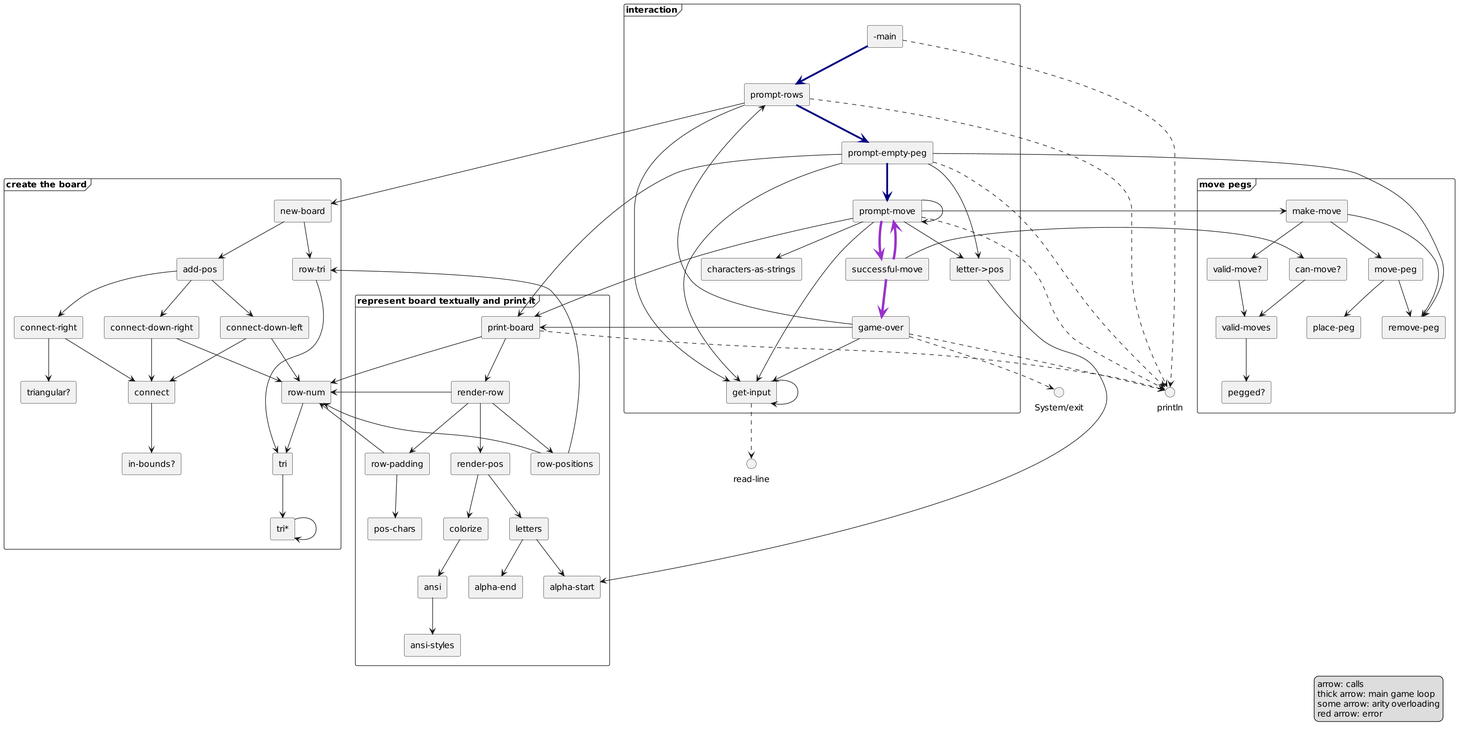
Before: images/2023/clj-12/clj-diagram.png, a diagram exported from PlantUML (j19sch/j19sch.github.io).
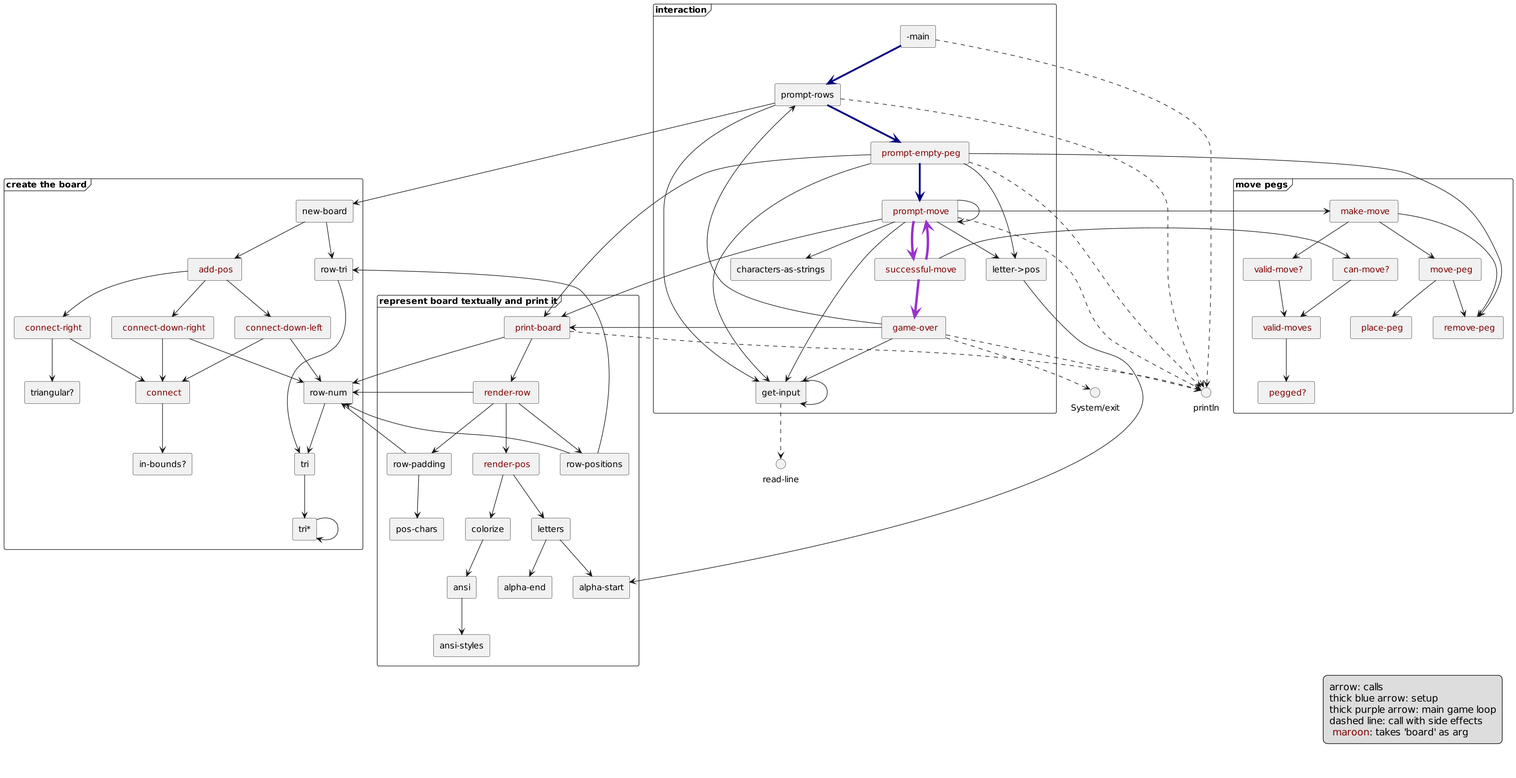
Above is the later version.

What changed in the source:
```diff
@@ -1,4 +1,13 @@
 @startuml
+
+<style>
+legend {
+	FontSize 16
+	Margin 10 10 50 10
+	Padding 10
+}
+</style>
+
 
 skinparam dpi 150
 
@@ -8,11 +17,13 @@
 
 
 
-legend right
+
+legend bottom right
 	arrow: calls
-	thick arrow: main game loop
-	some arrow: arity overloading
-	red arrow: error
+	thick blue arrow: setup
+	thick purple arrow: main game loop
+	dashed line: call with side effects
+	<color:maroon> maroon<color:black>: takes 'board' as arg
 end legend
 
 
@@ -28,23 +39,23 @@
 	[row-tri]
 	[row-num]
 	[in-bounds?]
-	[connect]
-	[connect-right]
-	[connect-down-left]
-	[connect-down-right]
-	[add-pos]
+	[ <color:maroon> connect ]
+	[ <color:maroon> connect-right ]
+	[ <color:maroon> connect-down-left ]
+	[ <color:maroon> connect-down-right ]
+	[ <color:maroon> add-pos ]
 	[new-board]
 }
 
 frame "move pegs" {
-	[pegged?]
-	[valid-moves]
-	[valid-move?]
-	[remove-peg]
-	[place-peg]
-	[move-peg]
-	[make-move]
-	[can-move?]
+	[ <color:maroon> pegged? ]
+	[ <color:maroon> valid-moves ]
+	[ <color:maroon> valid-move? ]
+	[ <color:maroon> remove-peg ]
+	[ <color:maroon> place-peg ]
+	[ <color:maroon> move-peg ]
+	[ <color:maroon> make-move ]
+	[ <color:maroon> can-move? ]
 }
 
 frame "represent board textually and print it" {
@@ -56,11 +67,11 @@
 
 	[ansi]
 	[colorize]
-	[render-pos]
+	[ <color:maroon> render-pos ]
 	[row-positions]
 	[row-padding]
-	[render-row]
-	[print-board]
+	[ <color:maroon> render-row ]
+	[ <color:maroon> print-board ]
 }
 
 
@@ -68,88 +79,89 @@
 	[letter->pos]
 	[get-input]
 	[characters-as-strings]
-	[prompt-move]
-	[successful-move]
-	[game-over]
-	[prompt-empty-peg]
+	[ <color:maroon> prompt-move ]
+	[ <color:maroon> successful-move ]
+	[ <color:maroon> game-over ]
+	[ <color:maroon> prompt-empty-peg ]
 	[prompt-rows]
 	[-main]
 }
+
 
 
 [tri*] --> [tri*]
 [tri] --> [tri*]
 [row-tri] --> [tri]
 [row-num] --> [tri]
-[connect] --> [in-bounds?]
-[connect-right] --> [triangular?]
-[connect-right] --> [connect]
-[connect-down-left] --> [connect]
-[connect-down-left] --> [row-num]
-[connect-down-right] --> [connect]
-[connect-down-right] --> [row-num]
-[add-pos] --> [connect-right]
-[add-pos] --> [connect-down-left]
-[add-pos] --> [connect-down-right]
+[ <color:maroon> connect ] --> [in-bounds?]
+[ <color:maroon> connect-right ] --> [triangular?]
+[ <color:maroon> connect-right ] --> [ <color:maroon> connect ]
+[ <color:maroon> connect-down-left ] --> [ <color:maroon> connect ]
+[ <color:maroon> connect-down-left ] --> [row-num]
+[ <color:maroon> connect-down-right ] --> [ <color:maroon> connect ]
+[ <color:maroon> connect-down-right ] --> [row-num]
+[ <color:maroon> add-pos ] --> [ <color:maroon> connect-right ]
+[ <color:maroon> add-pos ] --> [ <color:maroon> connect-down-left ]
+[ <color:maroon> add-pos ] --> [ <color:maroon> connect-down-right ]
 [new-board] --> [row-tri]
-[new-board] --> [add-pos]
+[new-board] --> [ <color:maroon> add-pos ]
 
-[valid-moves] --> [pegged?]
-[valid-move?] --> [valid-moves]
-[move-peg] --> [remove-peg]
-[move-peg] --> [place-peg]
-[make-move] --> [valid-move?]
-[make-move] --> [move-peg]
-[make-move] --> [remove-peg]
-[can-move?] --> [valid-moves]
+[ <color:maroon> valid-moves ] --> [ <color:maroon> pegged? ]
+[ <color:maroon> valid-move? ] --> [ <color:maroon> valid-moves ]
+[ <color:maroon> move-peg ] --> [ <color:maroon> remove-peg ]
+[ <color:maroon> move-peg ] --> [ <color:maroon> place-peg ]
+[ <color:maroon> make-move ] --> [ <color:maroon> valid-move? ]
+[ <color:maroon> make-move ] --> [ <color:maroon> move-peg ]
+[ <color:maroon> make-move ] --> [ <color:maroon> remove-peg ]
+[ <color:maroon> can-move? ] --> [ <color:maroon> valid-moves ]
 
 [letters] --> [alpha-start]
 [letters] --> [alpha-end]
 [ansi] --> [ansi-styles]
 [colorize] --> [ansi]
-[render-pos] --> [letters]
-[render-pos] --> [colorize]
+[ <color:maroon> render-pos ] --> [letters]
+[ <color:maroon> render-pos ] --> [colorize]
 [row-positions] -left-> [row-tri]
 [row-positions] -left-> [row-num]
 [row-padding] --> [pos-chars]
 [row-padding] -left-> [row-num]
-[render-row] --> [row-padding]
-[render-row] --> [render-pos]
-[render-row] -> [row-num]
-[render-row] --> [row-positions]
-[print-board] --> [render-row]
-[print-board] -left-> [row-num]
-[print-board] ..> println
+[ <color:maroon> render-row ] --> [row-padding]
+[ <color:maroon> render-row ] --> [ <color:maroon> render-pos ]
+[ <color:maroon> render-row ] -> [row-num]
+[ <color:maroon> render-row ] --> [row-positions]
+[ <color:maroon> print-board ] --> [ <color:maroon> render-row ]
+[ <color:maroon> print-board ] -left-> [row-num]
+[ <color:maroon> print-board ] ..> println
 
 [letter->pos] -> [alpha-start]
 [get-input] --> [get-input]
 [get-input] ..> readline
-[prompt-move] ..> println
-[prompt-move] -> [print-board]
-[prompt-move] --> [letter->pos]
-[prompt-move] --> [characters-as-strings]
-[prompt-move] --> [get-input]
-[prompt-move] -> [make-move]
-[prompt-move] -[thickness=4,#darkorchid]-> [successful-move]
-[prompt-move] --> [prompt-move]
-[successful-move] -> [can-move?]
-[successful-move] -[thickness=4,#darkorchid]-> [prompt-move]
-[successful-move] -[thickness=4,#darkorchid]-> [game-over]
-[game-over] ..> println
-[game-over] -> [print-board]
-[game-over] --> [get-input]
-[game-over] -up-> [prompt-rows]
-[game-over] ..> systemexit
-[prompt-empty-peg] ..> println
-[prompt-empty-peg] -> [print-board]
-[prompt-empty-peg] -down[thickness=3,#navy]-> [prompt-move]
-[prompt-empty-peg] -> [remove-peg]
-[prompt-empty-peg] --> [letter->pos]
-[prompt-empty-peg] --> [get-input]
+[ <color:maroon> prompt-move ] ..> println
+[ <color:maroon> prompt-move ] -> [ <color:maroon> print-board ]
+[ <color:maroon> prompt-move ] --> [letter->pos]
+[ <color:maroon> prompt-move ] --> [characters-as-strings]
+[ <color:maroon> prompt-move ] --> [get-input]
+[ <color:maroon> prompt-move ] -> [ <color:maroon> make-move ]
+[ <color:maroon> prompt-move ] -[thickness=4,#darkorchid]-> [ <color:maroon> successful-move ]
+[ <color:maroon> prompt-move ] --> [ <color:maroon> prompt-move ]
+[ <color:maroon> successful-move ] -> [ <color:maroon> can-move? ]
+[ <color:maroon> successful-move ] -[thickness=4,#darkorchid]-> [ <color:maroon> prompt-move ]
+[ <color:maroon> successful-move ] -[thickness=4,#darkorchid]-> [ <color:maroon> game-over ]
+[ <color:maroon> game-over ] ..> println
+[ <color:maroon> game-over ] -> [ <color:maroon> print-board ]
+[ <color:maroon> game-over ] --> [get-input]
+[ <color:maroon> game-over ] -up-> [prompt-rows]
+[ <color:maroon> game-over ] ..> systemexit
+[ <color:maroon> prompt-empty-peg ] ..> println
+[ <color:maroon> prompt-empty-peg ] -> [ <color:maroon> print-board ]
+[ <color:maroon> prompt-empty-peg ] -down[thickness=3,#navy]-> [ <color:maroon> prompt-move ]
+[ <color:maroon> prompt-empty-peg ] -> [ <color:maroon> remove-peg ]
+[ <color:maroon> prompt-empty-peg ] --> [letter->pos]
+[ <color:maroon> prompt-empty-peg ] --> [get-input]
 [prompt-rows] ..> println
 [prompt-rows] --> [get-input]
 [prompt-rows] -> [new-board]
-[prompt-rows] -down[thickness=3,#navy]-> [prompt-empty-peg]
+[prompt-rows] -down[thickness=3,#navy]-> [ <color:maroon> prompt-empty-peg ]
 [-main] ..> println
 [-main] -down[thickness=3,#navy]-> [prompt-rows]
 
```
